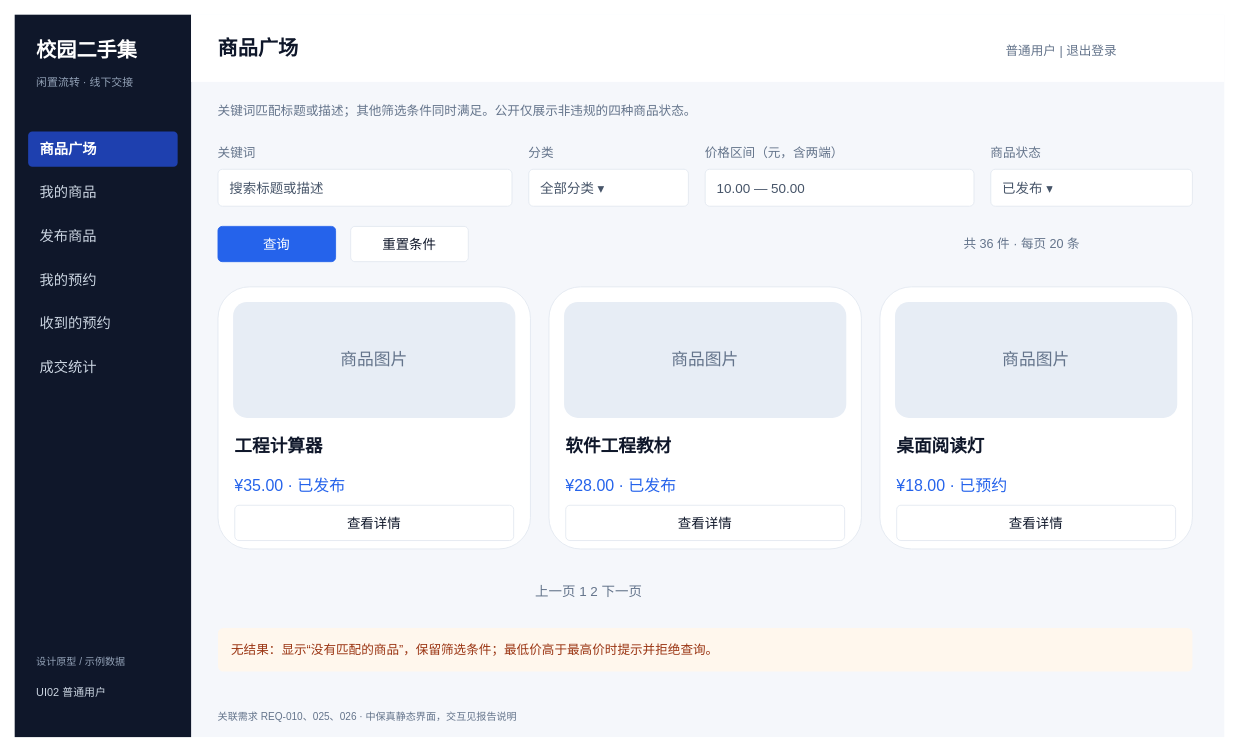
The draw.io diagram page "UI02 商品广场" (2 of 14) of lab2/UI/校园二手交易系统_UI.drawio in unfinities/software-engineering-labs, before the edit. Source tidied: cells renumbered, new cells numbered last; positions are measured from the earlier drawing's top-left corner, leaving out a move shared by most shapes. Both pictures are drawn from the tidied source at 84%, with x=0, y=0 at pixel (14, 14).
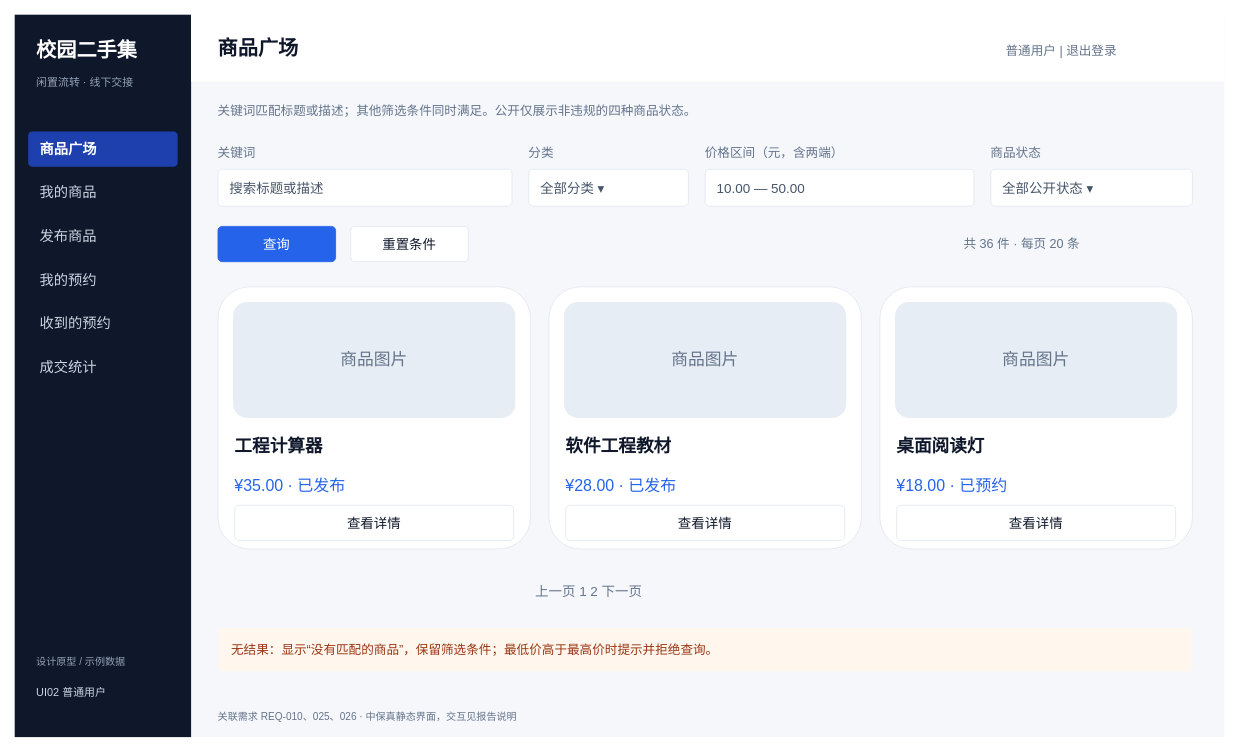
After the change.

What changed in the source:
```diff
@@
-    <mxCell id="31" value="已发布  ▾" style="text;html=0;whiteSpace=wrap;overflow=hidden;align=left;verticalAlign=middle;fontFamily=Microsoft YaHei;fontSize=16;fontColor=#475569;fontStyle=0;spacing=0;" parent="1" vertex="1">
+    <mxCell id="31" value="全部公开状态  ▾" style="text;html=0;whiteSpace=wrap;overflow=hidden;align=left;verticalAlign=middle;fontFamily=Microsoft YaHei;fontSize=16;fontColor=#475569;fontStyle=0;spacing=0;" parent="1" vertex="1">
       <mxGeometry x="1176" y="190" width="212" height="34" as="geometry" />
     </mxCell>
```
